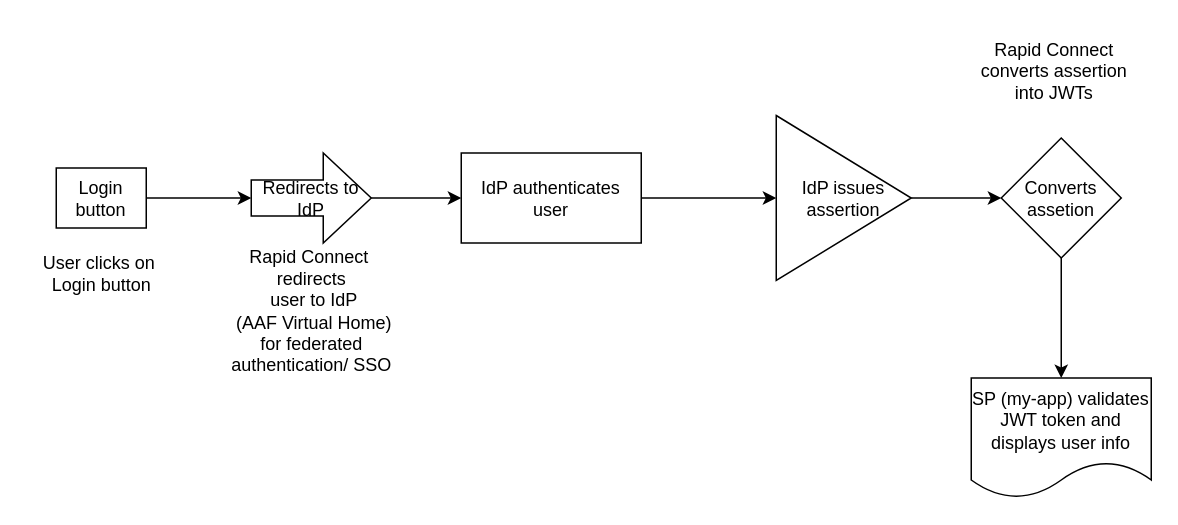
Above: AAF Rapid Connect Demo.drawio in francesd919/francesd919 (draw.io), before the change. Source tidied: cells renumbered, new cells numbered last; positions are measured from the earlier drawing's top-left corner, leaving out a move shared by most shapes. Both pictures are drawn from the tidied source at 150%, with x=0, y=0 at pixel (26, 24).
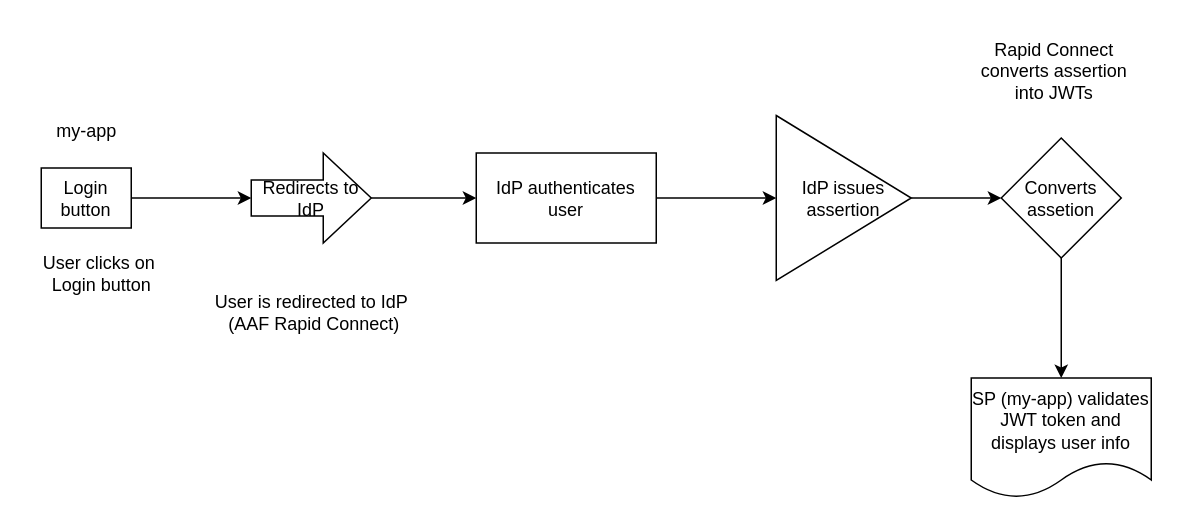
After the change.

What changed in the source:
```diff
@@
 <mxGraphModel>
   <root>
     <mxCell id="0" />
     <mxCell id="1" parent="0" />
     <mxCell id="2" style="edgeStyle=orthogonalEdgeStyle;rounded=0;jettySize=auto;html=1;" parent="1" edge="1" source="3" target="5">
       <mxGeometry relative="1" as="geometry" />
     </mxCell>
     <mxCell id="3" value="Login button" style="rounded=0;whiteSpace=wrap;html=1;" parent="1" vertex="1">
-      <mxGeometry x="20" y="95.5" width="60" height="40" as="geometry" />
+      <mxGeometry x="10" y="95.5" width="60" height="40" as="geometry" />
     </mxCell>
     <mxCell id="4" style="edgeStyle=orthogonalEdgeStyle;rounded=0;jettySize=auto;html=1;" parent="1" edge="1" source="5" target="7">
       <mxGeometry relative="1" as="geometry" />
     </mxCell>
     <mxCell id="5" value="Redirects to IdP" style="shape=singleArrow;whiteSpace=wrap;html=1;arrowWidth=0.4;arrowSize=0.4;rounded=0;" parent="1" vertex="1">
       <mxGeometry x="150" y="85.5" width="80" height="60" as="geometry" />
     </mxCell>
     <mxCell id="6" style="edgeStyle=orthogonalEdgeStyle;rounded=0;jettySize=auto;html=1;" parent="1" edge="1" source="7" target="9">
       <mxGeometry relative="1" as="geometry" />
     </mxCell>
     <mxCell id="7" value="IdP authenticates user" style="rounded=0;whiteSpace=wrap;html=1;" parent="1" vertex="1">
-      <mxGeometry x="290" y="85.5" width="120" height="60" as="geometry" />
+      <mxGeometry x="300" y="85.5" width="120" height="60" as="geometry" />
     </mxCell>
     <mxCell id="8" style="edgeStyle=orthogonalEdgeStyle;rounded=0;jettySize=auto;html=1;" parent="1" edge="1" source="9" target="11">
       <mxGeometry relative="1" as="geometry" />
     </mxCell>
     <mxCell id="9" value="&lt;div&gt;IdP issues assertion&lt;/div&gt;" style="triangle;whiteSpace=wrap;html=1;rounded=0;" parent="1" vertex="1">
       <mxGeometry x="500" y="60.5" width="90" height="110" as="geometry" />
     </mxCell>
     <mxCell id="10" style="edgeStyle=orthogonalEdgeStyle;rounded=0;jettySize=auto;html=1;" parent="1" edge="1" source="11" target="15">
       <mxGeometry relative="1" as="geometry" />
     </mxCell>
     <mxCell id="11" value="Converts assetion" style="rhombus;whiteSpace=wrap;html=1;rounded=0;" parent="1" vertex="1">
       <mxGeometry x="650" y="75.5" width="80" height="80" as="geometry" />
     </mxCell>
     <mxCell id="12" value="&lt;div&gt;User clicks on&amp;nbsp;&lt;/div&gt;&lt;div&gt;Login button&lt;/div&gt;" style="text;html=1;align=center;verticalAlign=middle;strokeColor=none;fillColor=none;" parent="1" vertex="1">
       <mxGeometry y="145.5" width="100" height="40" as="geometry" />
     </mxCell>
-    <mxCell id="13" value="&lt;div&gt;Rapid Connect&amp;nbsp;&lt;/div&gt;&lt;div&gt;redirects&lt;/div&gt;&lt;div&gt;&amp;nbsp;user to IdP&lt;/div&gt;&lt;div&gt;&amp;nbsp;(AAF Virtual Home)&lt;/div&gt;&lt;div&gt;&amp;nbsp;for federated&amp;nbsp;&lt;/div&gt;&lt;div&gt;authentication/ SSO&lt;/div&gt;" style="text;html=1;align=center;verticalAlign=middle;strokeColor=none;fillColor=none;" parent="1" vertex="1">
-      <mxGeometry x="125" y="140.5" width="130" height="100" as="geometry" />
+    <mxCell id="13" value="&lt;div&gt;User is redirected to IdP&lt;/div&gt;&lt;div&gt;&amp;nbsp;(AAF Rapid Connect)&lt;/div&gt;" style="text;html=1;align=center;verticalAlign=middle;strokeColor=none;fillColor=none;" parent="1" vertex="1">
+      <mxGeometry x="115" y="171.5" width="150" height="40" as="geometry" />
     </mxCell>
     <mxCell id="14" value="&lt;div&gt;Rapid Connect&lt;/div&gt;&lt;div&gt;&amp;nbsp;converts assertion&amp;nbsp;&lt;/div&gt;&lt;div&gt;into JWTs&lt;/div&gt;" style="text;html=1;align=center;verticalAlign=middle;strokeColor=none;fillColor=none;" parent="1" vertex="1">
       <mxGeometry x="620" y="0.5" width="130" height="60" as="geometry" />
     </mxCell>
     <mxCell id="15" value="SP (my-app) validates JWT token and displays user info" style="shape=document;whiteSpace=wrap;html=1;boundedLbl=1;rounded=0;" parent="1" vertex="1">
       <mxGeometry x="630" y="235.5" width="120" height="80" as="geometry" />
     </mxCell>
+    <mxCell id="16" value="my-app" style="text;html=1;align=center;verticalAlign=middle;strokeColor=none;fillColor=none;" parent="1" vertex="1">
+      <mxGeometry x="10" y="55.5" width="60" height="30" as="geometry" />
+    </mxCell>
   </root>
 </mxGraphModel>
```
